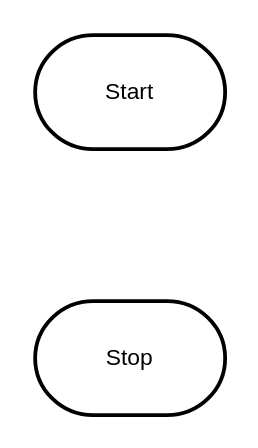
Earlier version of the draw.io diagram design/flowchart.drawio (ICS3U-Templates/ICS3U-Intro-03). Source tidied: cells renumbered, new cells numbered last; positions are measured from the earlier drawing's top-left corner, leaving out a move shared by most shapes. Both pictures are drawn from the tidied source at 190%, with x=0, y=0 at pixel (34, 34).
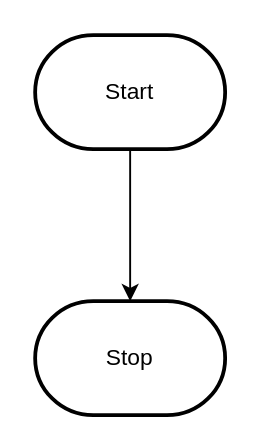
After the change.

Change to the diagram source:
```diff
@@
 <mxGraphModel>
   <root>
     <mxCell id="0" />
     <mxCell id="1" parent="0" />
+    <mxCell id="4" style="edgeStyle=orthogonalEdgeStyle;html=1;rounded=0;" parent="1" edge="1" source="2" target="3">
+      <mxGeometry relative="1" as="geometry" />
+    </mxCell>
     <mxCell id="2" value="Start" style="strokeWidth=2;html=1;shape=mxgraph.flowchart.terminator;whiteSpace=wrap;" parent="1" vertex="1">
       <mxGeometry width="100" height="60" as="geometry" />
     </mxCell>
     <mxCell id="3" value="Stop" style="strokeWidth=2;html=1;shape=mxgraph.flowchart.terminator;whiteSpace=wrap;" parent="1" vertex="1">
       <mxGeometry y="140" width="100" height="60" as="geometry" />
     </mxCell>
   </root>
 </mxGraphModel>
```
